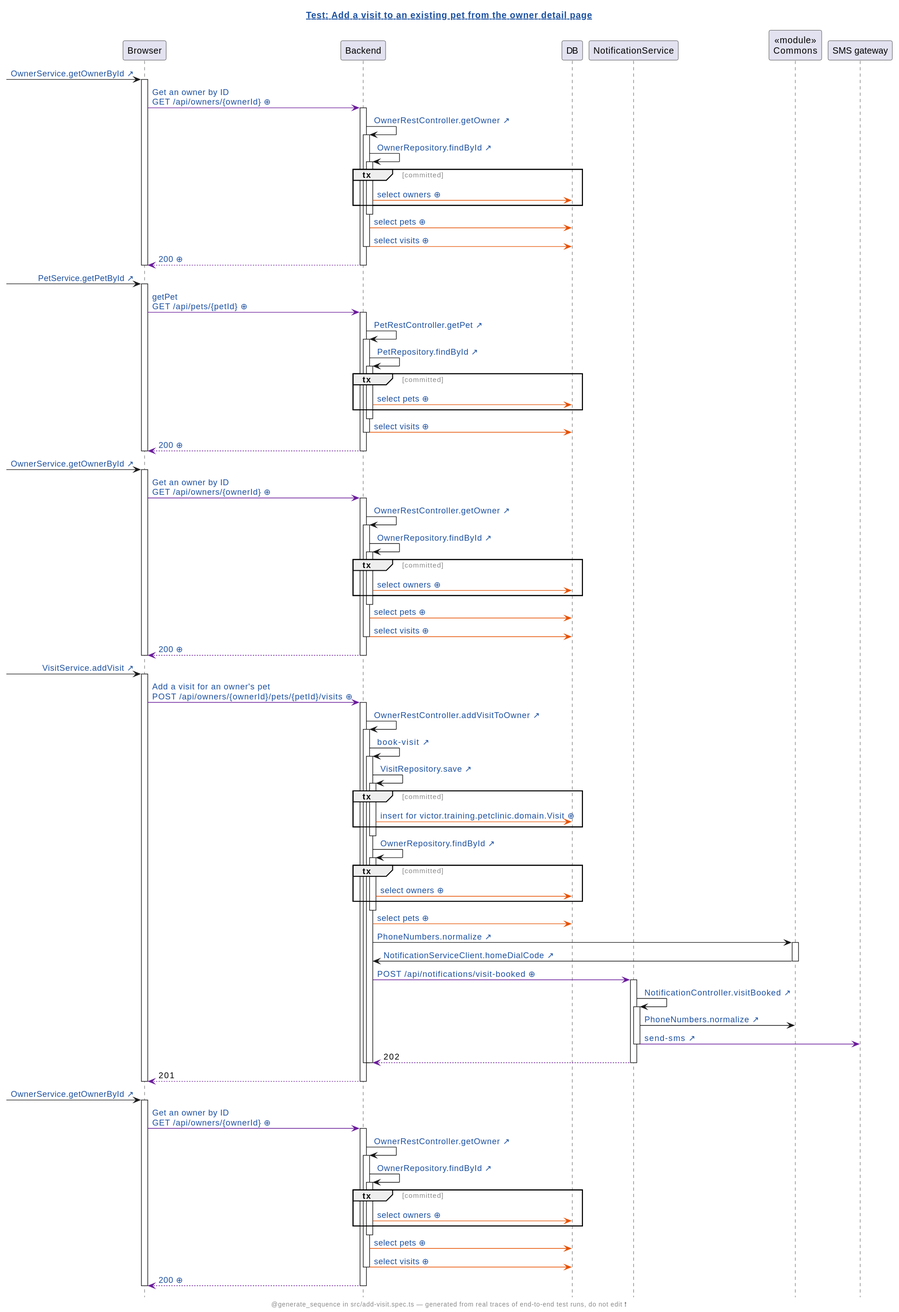
victorrentea/human-review keeps this PlantUML diagram as demo/demo2/assets/diagrams/petclinic-test_generated_add-visit.spec.ts.add-a-visit-to-an-existing-pet-from-the-owner-detail-page.genseq.new.svg. Above is the earlier version. Its diagram source:
```plantuml
@startuml
hide footbox
skinparam hyperlinkUnderline false
skinparam hyperlinkColor #1A4FA0
skinparam sequenceGroupFontColor #888888
skinparam sequenceGroupFontStyle plain
title [[src://petclinic-test/src/add-visit.spec.ts:34{Click to open the test} Test: Add a visit to an existing pet from the owner detail page]]
footer @generate_sequence in src/add-visit.spec.ts — generated from real traces of end-to-end test runs, do not edit ❗
participant Browser
participant Backend
participant DB
participant NotificationService
participant "«module»\nCommons" as Commons
participant "SMS gateway"
[-> Browser: [[src://petclinic-frontend/src/app/owners/owner-detail/owner-detail.component.ts:22{Click to open the line that sent this request: owner-detail.component.ts:22} OwnerService.getOwnerById ↗]]
activate Browser
Browser -[#6A1B9A]> Backend: [[genseq://06lchgi{Click for the request as it was sent} Get an owner by ID\nGET /api/owners/{ownerId} ⊕]]
activate Backend
Backend -> Backend: [[src://petclinic-backend/src/main/java/victor/training/petclinic/rest/OwnerRestController.java:103{Click to open OwnerRestController.getOwner} OwnerRestController.getOwner ↗]]
activate Backend
Backend -> Backend: [[src://petclinic-backend/src/main/java/victor/training/petclinic/repository/OwnerRepository.java:14{Click to open OwnerRepository.findById} OwnerRepository.findById ↗]]
activate Backend
group tx [committed]
Backend -[#E65100]> DB: [[genseq://0x8aana{Click for the statement behind this call} select owners ⊕]]
end
deactivate Backend
Backend -[#E65100]> DB: [[genseq://18567ho{Click for the statement behind this call} select pets ⊕]]
Backend -[#E65100]> DB: [[genseq://13apewa{Click for the statement behind this call} select visits ⊕]]
deactivate Backend
Backend -[#6A1B9A]-> Browser: [[genseq://0zavcxa{Click for this call’s JSON body} 200 ⊕]]
deactivate Backend
deactivate Browser
[-> Browser: [[src://petclinic-frontend/src/app/visits/visit-add/visit-add.component.ts:42{Click to open the line that sent this request: visit-add.component.ts:42} PetService.getPetById ↗]]
activate Browser
Browser -[#6A1B9A]> Backend: [[genseq://17x7zoe{Click for the request as it was sent} getPet\nGET /api/pets/{petId} ⊕]]
activate Backend
Backend -> Backend: [[src://petclinic-backend/src/main/java/victor/training/petclinic/rest/PetRestController.java:33{Click to open PetRestController.getPet} PetRestController.getPet ↗]]
activate Backend
Backend -> Backend: [[src://petclinic-backend/src/main/java/victor/training/petclinic/repository/PetRepository.java:16{Click to open PetRepository.findById} PetRepository.findById ↗]]
activate Backend
group tx [committed]
Backend -[#E65100]> DB: [[genseq://0y7w2ps{Click for the statement behind this call} select pets ⊕]]
end
deactivate Backend
Backend -[#E65100]> DB: [[genseq://13apewa{Click for the statement behind this call} select visits ⊕]]
deactivate Backend
Backend -[#6A1B9A]-> Browser: [[genseq://01mmlgx{Click for this call’s JSON body} 200 ⊕]]
deactivate Backend
deactivate Browser
[-> Browser: [[src://petclinic-frontend/src/app/visits/visit-add/visit-add.component.ts:47{Click to open the line that sent this request: visit-add.component.ts:47} OwnerService.getOwnerById ↗]]
activate Browser
Browser -[#6A1B9A]> Backend: [[genseq://06lchgi{Click for the request as it was sent} Get an owner by ID\nGET /api/owners/{ownerId} ⊕]]
activate Backend
Backend -> Backend: [[src://petclinic-backend/src/main/java/victor/training/petclinic/rest/OwnerRestController.java:103{Click to open OwnerRestController.getOwner} OwnerRestController.getOwner ↗]]
activate Backend
Backend -> Backend: [[src://petclinic-backend/src/main/java/victor/training/petclinic/repository/OwnerRepository.java:14{Click to open OwnerRepository.findById} OwnerRepository.findById ↗]]
activate Backend
group tx [committed]
Backend -[#E65100]> DB: [[genseq://0x8aana{Click for the statement behind this call} select owners ⊕]]
end
deactivate Backend
Backend -[#E65100]> DB: [[genseq://18567ho{Click for the statement behind this call} select pets ⊕]]
Backend -[#E65100]> DB: [[genseq://13apewa{Click for the statement behind this call} select visits ⊕]]
deactivate Backend
Backend -[#6A1B9A]-> Browser: [[genseq://0zavcxa{Click for this call’s JSON body} 200 ⊕]]
deactivate Backend
deactivate Browser
[-> Browser: [[src://petclinic-frontend/src/app/visits/visit-add/visit-add.component.ts:63{Click to open the line that sent this request: visit-add.component.ts:63 ← visit-add.component.html:25} VisitService.addVisit ↗]]
activate Browser
Browser -[#6A1B9A]> Backend: [[genseq://0prgu3t{Click for the request as it was sent} Add a visit for an owner's pet\nPOST /api/owners/{ownerId}/pets/{petId}/visits ⊕]]
activate Backend
Backend -> Backend: [[src://petclinic-backend/src/main/java/victor/training/petclinic/rest/OwnerRestController.java:167{Click to open OwnerRestController.addVisitToOwner} OwnerRestController.addVisitToOwner ↗]]
activate Backend
Backend -> Backend: [[src://petclinic-backend/src/main/java/victor/training/petclinic/rest/OwnerRestController.java:183{Click to open OwnerRestController.bookVisit} book-visit ↗]]
activate Backend
Backend -> Backend: [[src://petclinic-backend/src/main/java/victor/training/petclinic/repository/VisitRepository.java:16{Click to open VisitRepository.save} VisitRepository.save ↗]]
activate Backend
group tx [committed]
Backend -[#E65100]> DB: [[genseq://0jsen8c{Click for the statement behind this call} insert for victor.training.petclinic.domain.Visit ⊕]]
end
deactivate Backend
Backend -> Backend: [[src://petclinic-backend/src/main/java/victor/training/petclinic/repository/OwnerRepository.java:14{Click to open OwnerRepository.findById} OwnerRepository.findById ↗]]
activate Backend
group tx [committed]
Backend -[#E65100]> DB: [[genseq://0x8aana{Click for the statement behind this call} select owners ⊕]]
end
deactivate Backend
Backend -[#E65100]> DB: [[genseq://18567ho{Click for the statement behind this call} select pets ⊕]]
Backend -> Commons: [[src://petclinic-commons/src/main/java/victor/training/commons/PhoneNumbers.java:14{Click to open PhoneNumbers.normalize} PhoneNumbers.normalize ↗]]
activate Commons
Commons -> Backend: [[src://petclinic-backend/src/main/java/victor/training/petclinic/notification/NotificationServiceClient.java:45{Click to open NotificationServiceClient.homeDialCode} NotificationServiceClient.homeDialCode ↗]]
deactivate Commons
Backend -[#6A1B9A]> NotificationService: [[genseq://00gfug0{Click for the request as it was sent} POST /api/notifications/visit-booked ⊕]]
activate NotificationService
NotificationService -> NotificationService: [[src://notification-service/src/main/java/victor/training/notification/NotificationController.java:22{Click to open NotificationController.visitBooked} NotificationController.visitBooked ↗]]
activate NotificationService
NotificationService -> Commons: [[src://petclinic-commons/src/main/java/victor/training/commons/PhoneNumbers.java:8{Click to open PhoneNumbers.normalize} PhoneNumbers.normalize ↗]]
NotificationService -[#6A1B9A]> "SMS gateway": [[src://notification-service/src/main/java/victor/training/notification/SmsGateway.java:23{Click to open SmsGateway.send} send-sms ↗]]
deactivate NotificationService
NotificationService -[#6A1B9A]-> Backend: 202
deactivate NotificationService
deactivate Backend
deactivate Backend
Backend -[#6A1B9A]-> Browser: 201
deactivate Backend
deactivate Browser
[-> Browser: [[src://petclinic-frontend/src/app/owners/owner-detail/owner-detail.component.ts:22{Click to open the line that sent this request: owner-detail.component.ts:22} OwnerService.getOwnerById ↗]]
activate Browser
Browser -[#6A1B9A]> Backend: [[genseq://06lchgi{Click for the request as it was sent} Get an owner by ID\nGET /api/owners/{ownerId} ⊕]]
activate Backend
Backend -> Backend: [[src://petclinic-backend/src/main/java/victor/training/petclinic/rest/OwnerRestController.java:103{Click to open OwnerRestController.getOwner} OwnerRestController.getOwner ↗]]
activate Backend
Backend -> Backend: [[src://petclinic-backend/src/main/java/victor/training/petclinic/repository/OwnerRepository.java:14{Click to open OwnerRepository.findById} OwnerRepository.findById ↗]]
activate Backend
group tx [committed]
Backend -[#E65100]> DB: [[genseq://0x8aana{Click for the statement behind this call} select owners ⊕]]
end
deactivate Backend
Backend -[#E65100]> DB: [[genseq://18567ho{Click for the statement behind this call} select pets ⊕]]
Backend -[#E65100]> DB: [[genseq://13apewa{Click for the statement behind this call} select visits ⊕]]
deactivate Backend
Backend -[#6A1B9A]-> Browser: [[genseq://1h1k23v{Click for this call’s JSON body} 200 ⊕]]
deactivate Backend
deactivate Browser
@enduml
```
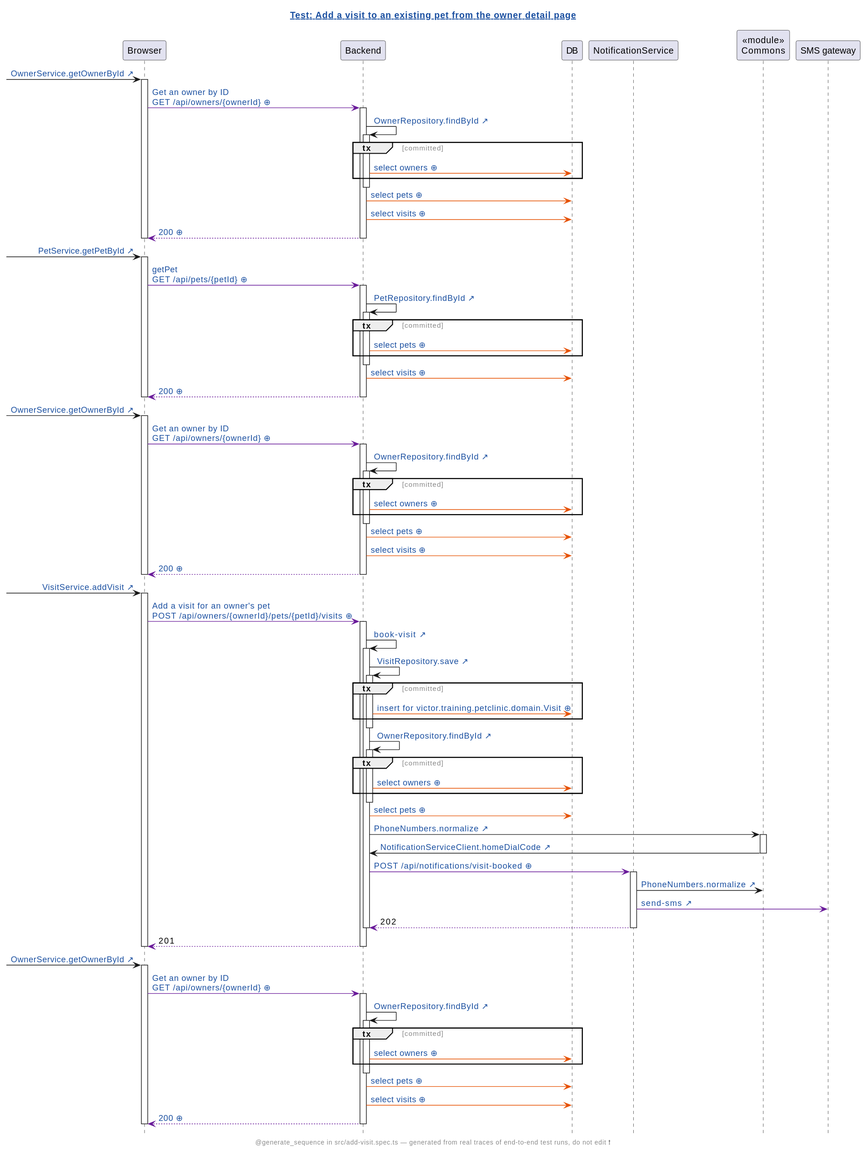
The same diagram one commit later.

Diff of the diagram source:
```diff
@@ -14,9 +14,7 @@
 participant "SMS gateway"
 [-> Browser: [[src://petclinic-frontend/src/app/owners/owner-detail/owner-detail.component.ts:22{Click to open the line that sent this request: owner-detail.component.ts:22} OwnerService.getOwnerById ↗]]
 activate Browser
-Browser -[#6A1B9A]> Backend: [[genseq://06lchgi{Click for the request as it was sent} Get an owner by ID\nGET /api/owners/{ownerId} ⊕]]
-activate Backend
-Backend -> Backend: [[src://petclinic-backend/src/main/java/victor/training/petclinic/rest/OwnerRestController.java:103{Click to open OwnerRestController.getOwner} OwnerRestController.getOwner ↗]]
+Browser -[#6A1B9A]> Backend: [[genseq://02kjgbq{Click for the request as it was sent} Get an owner by ID\nGET /api/owners/{ownerId} ⊕]]
 activate Backend
 Backend -> Backend: [[src://petclinic-backend/src/main/java/victor/training/petclinic/repository/OwnerRepository.java:14{Click to open OwnerRepository.findById} OwnerRepository.findById ↗]]
 activate Backend
@@ -26,15 +24,12 @@
 deactivate Backend
 Backend -[#E65100]> DB: [[genseq://18567ho{Click for the statement behind this call} select pets ⊕]]
 Backend -[#E65100]> DB: [[genseq://13apewa{Click for the statement behind this call} select visits ⊕]]
-deactivate Backend
 Backend -[#6A1B9A]-> Browser: [[genseq://0zavcxa{Click for this call’s JSON body} 200 ⊕]]
 deactivate Backend
 deactivate Browser
 [-> Browser: [[src://petclinic-frontend/src/app/visits/visit-add/visit-add.component.ts:42{Click to open the line that sent this request: visit-add.component.ts:42} PetService.getPetById ↗]]
 activate Browser
-Browser -[#6A1B9A]> Backend: [[genseq://17x7zoe{Click for the request as it was sent} getPet\nGET /api/pets/{petId} ⊕]]
-activate Backend
-Backend -> Backend: [[src://petclinic-backend/src/main/java/victor/training/petclinic/rest/PetRestController.java:33{Click to open PetRestController.getPet} PetRestController.getPet ↗]]
+Browser -[#6A1B9A]> Backend: [[genseq://1bdv4p2{Click for the request as it was sent} getPet\nGET /api/pets/{petId} ⊕]]
 activate Backend
 Backend -> Backend: [[src://petclinic-backend/src/main/java/victor/training/petclinic/repository/PetRepository.java:16{Click to open PetRepository.findById} PetRepository.findById ↗]]
 activate Backend
@@ -43,15 +38,12 @@
 end
 deactivate Backend
 Backend -[#E65100]> DB: [[genseq://13apewa{Click for the statement behind this call} select visits ⊕]]
-deactivate Backend
 Backend -[#6A1B9A]-> Browser: [[genseq://01mmlgx{Click for this call’s JSON body} 200 ⊕]]
 deactivate Backend
 deactivate Browser
 [-> Browser: [[src://petclinic-frontend/src/app/visits/visit-add/visit-add.component.ts:47{Click to open the line that sent this request: visit-add.component.ts:47} OwnerService.getOwnerById ↗]]
 activate Browser
-Browser -[#6A1B9A]> Backend: [[genseq://06lchgi{Click for the request as it was sent} Get an owner by ID\nGET /api/owners/{ownerId} ⊕]]
-activate Backend
-Backend -> Backend: [[src://petclinic-backend/src/main/java/victor/training/petclinic/rest/OwnerRestController.java:103{Click to open OwnerRestController.getOwner} OwnerRestController.getOwner ↗]]
+Browser -[#6A1B9A]> Backend: [[genseq://02kjgbq{Click for the request as it was sent} Get an owner by ID\nGET /api/owners/{ownerId} ⊕]]
 activate Backend
 Backend -> Backend: [[src://petclinic-backend/src/main/java/victor/training/petclinic/repository/OwnerRepository.java:14{Click to open OwnerRepository.findById} OwnerRepository.findById ↗]]
 activate Backend
@@ -61,22 +53,19 @@
 deactivate Backend
 Backend -[#E65100]> DB: [[genseq://18567ho{Click for the statement behind this call} select pets ⊕]]
 Backend -[#E65100]> DB: [[genseq://13apewa{Click for the statement behind this call} select visits ⊕]]
-deactivate Backend
 Backend -[#6A1B9A]-> Browser: [[genseq://0zavcxa{Click for this call’s JSON body} 200 ⊕]]
 deactivate Backend
 deactivate Browser
 [-> Browser: [[src://petclinic-frontend/src/app/visits/visit-add/visit-add.component.ts:63{Click to open the line that sent this request: visit-add.component.ts:63 ← visit-add.component.html:25} VisitService.addVisit ↗]]
 activate Browser
-Browser -[#6A1B9A]> Backend: [[genseq://0prgu3t{Click for the request as it was sent} Add a visit for an owner's pet\nPOST /api/owners/{ownerId}/pets/{petId}/visits ⊕]]
-activate Backend
-Backend -> Backend: [[src://petclinic-backend/src/main/java/victor/training/petclinic/rest/OwnerRestController.java:167{Click to open OwnerRestController.addVisitToOwner} OwnerRestController.addVisitToOwner ↗]]
+Browser -[#6A1B9A]> Backend: [[genseq://03gu05t{Click for the request as it was sent} Add a visit for an owner's pet\nPOST /api/owners/{ownerId}/pets/{petId}/visits ⊕]]
 activate Backend
 Backend -> Backend: [[src://petclinic-backend/src/main/java/victor/training/petclinic/rest/OwnerRestController.java:183{Click to open OwnerRestController.bookVisit} book-visit ↗]]
 activate Backend
-Backend -> Backend: [[src://petclinic-backend/src/main/java/victor/training/petclinic/repository/VisitRepository.java:16{Click to open VisitRepository.save} VisitRepository.save ↗]]
+Backend -> Backend: [[src://petclinic-backend/src/main/java/victor/training/petclinic/repository/VisitRepository.java:17{Click to open VisitRepository.save} VisitRepository.save ↗]]
 activate Backend
 group tx [committed]
-Backend -[#E65100]> DB: [[genseq://0jsen8c{Click for the statement behind this call} insert for victor.training.petclinic.domain.Visit ⊕]]
+Backend -[#E65100]> DB: [[genseq://01z8jq4{Click for the statement behind this call} insert for victor.training.petclinic.domain.Visit ⊕]]
 end
 deactivate Backend
 Backend -> Backend: [[src://petclinic-backend/src/main/java/victor/training/petclinic/repository/OwnerRepository.java:14{Click to open OwnerRepository.findById} OwnerRepository.findById ↗]]
@@ -92,23 +81,17 @@
 deactivate Commons
 Backend -[#6A1B9A]> NotificationService: [[genseq://00gfug0{Click for the request as it was sent} POST /api/notifications/visit-booked ⊕]]
 activate NotificationService
-NotificationService -> NotificationService: [[src://notification-service/src/main/java/victor/training/notification/NotificationController.java:22{Click to open NotificationController.visitBooked} NotificationController.visitBooked ↗]]
-activate NotificationService
 NotificationService -> Commons: [[src://petclinic-commons/src/main/java/victor/training/commons/PhoneNumbers.java:8{Click to open PhoneNumbers.normalize} PhoneNumbers.normalize ↗]]
 NotificationService -[#6A1B9A]> "SMS gateway": [[src://notification-service/src/main/java/victor/training/notification/SmsGateway.java:23{Click to open SmsGateway.send} send-sms ↗]]
-deactivate NotificationService
 NotificationService -[#6A1B9A]-> Backend: 202
 deactivate NotificationService
-deactivate Backend
 deactivate Backend
 Backend -[#6A1B9A]-> Browser: 201
 deactivate Backend
 deactivate Browser
 [-> Browser: [[src://petclinic-frontend/src/app/owners/owner-detail/owner-detail.component.ts:22{Click to open the line that sent this request: owner-detail.component.ts:22} OwnerService.getOwnerById ↗]]
 activate Browser
-Browser -[#6A1B9A]> Backend: [[genseq://06lchgi{Click for the request as it was sent} Get an owner by ID\nGET /api/owners/{ownerId} ⊕]]
-activate Backend
-Backend -> Backend: [[src://petclinic-backend/src/main/java/victor/training/petclinic/rest/OwnerRestController.java:103{Click to open OwnerRestController.getOwner} OwnerRestController.getOwner ↗]]
+Browser -[#6A1B9A]> Backend: [[genseq://02kjgbq{Click for the request as it was sent} Get an owner by ID\nGET /api/owners/{ownerId} ⊕]]
 activate Backend
 Backend -> Backend: [[src://petclinic-backend/src/main/java/victor/training/petclinic/repository/OwnerRepository.java:14{Click to open OwnerRepository.findById} OwnerRepository.findById ↗]]
 activate Backend
@@ -118,8 +101,7 @@
 deactivate Backend
 Backend -[#E65100]> DB: [[genseq://18567ho{Click for the statement behind this call} select pets ⊕]]
 Backend -[#E65100]> DB: [[genseq://13apewa{Click for the statement behind this call} select visits ⊕]]
-deactivate Backend
-Backend -[#6A1B9A]-> Browser: [[genseq://1h1k23v{Click for this call’s JSON body} 200 ⊕]]
+Backend -[#6A1B9A]-> Browser: [[genseq://1qvsitn{Click for this call’s JSON body} 200 ⊕]]
 deactivate Backend
 deactivate Browser
 @enduml
```
